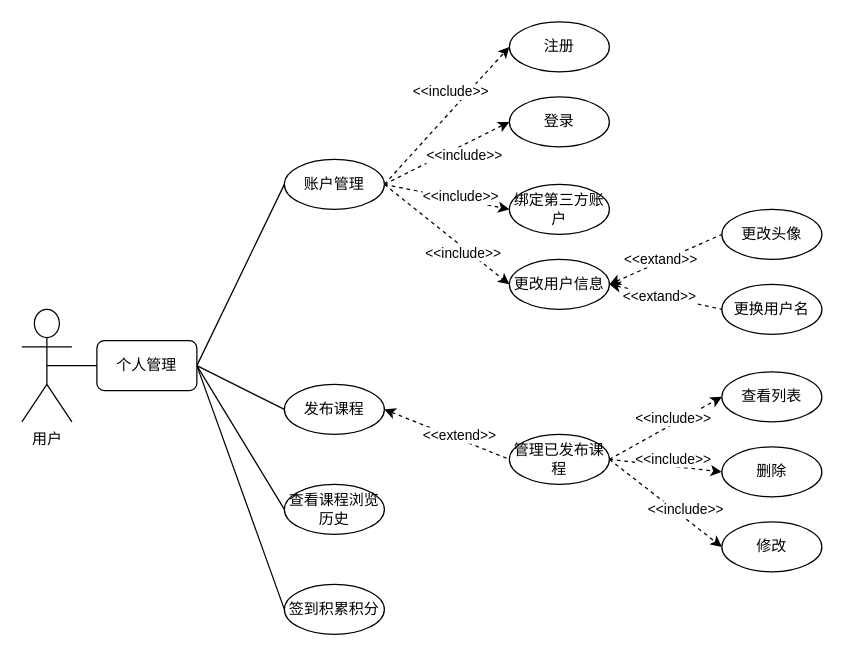
The draw.io diagram 个人模块 .drawio in ooolky/YuSchool, before the edit. Source tidied: cells renumbered, new cells numbered last; positions are measured from the earlier drawing's top-left corner, leaving out a move shared by most shapes. Both pictures are drawn from the tidied source at 125%, with x=0, y=0 at pixel (21, 21).
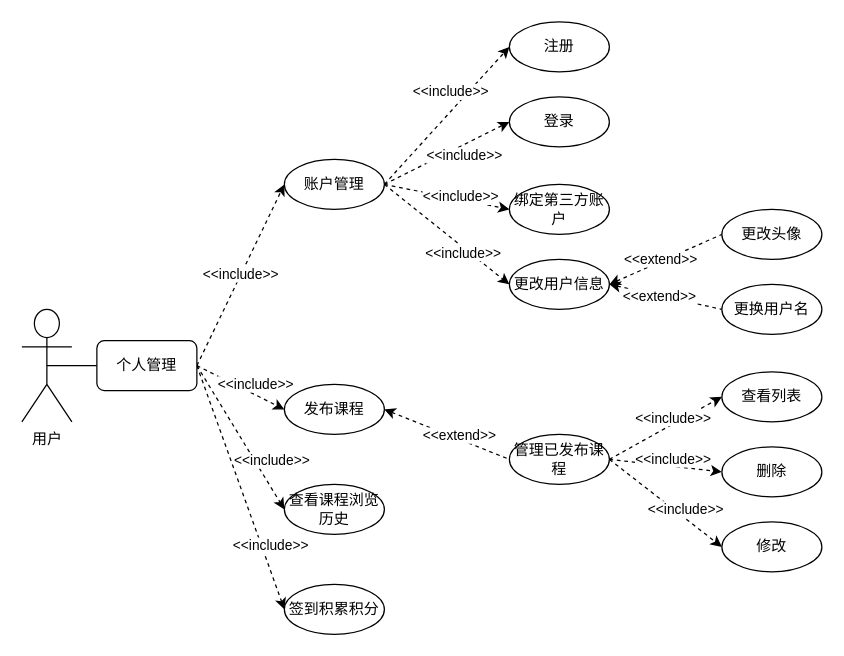
The same page after the edit.

Commit message:
更新个人模块 .drawio

Unchanged cells that the change refers to:
```xml
<mxCell id="19" style="rounded=0;orthogonalLoop=1;jettySize=auto;html=1;exitX=1;exitY=0.5;exitDx=0;exitDy=0;entryX=0;entryY=0.5;entryDx=0;entryDy=0;dashed=1;endFill=0;endArrow=none;startFill=1;startArrow=classic;" parent="1" edge="1">
  <mxGeometry relative="1" as="geometry">
    <mxPoint x="470" y="210" as="sourcePoint" />
    <mxPoint x="560" y="170" as="targetPoint" />
  </mxGeometry>
</mxCell>
<mxCell id="21" style="rounded=0;orthogonalLoop=1;jettySize=auto;html=1;exitX=1;exitY=0.5;exitDx=0;exitDy=0;entryX=0;entryY=0.5;entryDx=0;entryDy=0;dashed=1;endFill=0;endArrow=none;startFill=1;startArrow=classic;" parent="1" edge="1">
  <mxGeometry relative="1" as="geometry">
    <mxPoint x="470" y="210" as="sourcePoint" />
    <mxPoint x="560" y="230" as="targetPoint" />
  </mxGeometry>
</mxCell>
<mxCell id="29" value="个人管理" style="rounded=1;whiteSpace=wrap;html=1;" parent="1" vertex="1">
  <mxGeometry x="60" y="255" width="80" height="40" as="geometry" />
</mxCell>
```

Change to the diagram source:
```diff
@@
-    <mxCell id="2" style="rounded=0;jettySize=auto;exitX=1;exitY=0.5;exitDx=0;exitDy=0;entryX=0;entryY=0.5;entryDx=0;entryDy=0;html=1;endArrow=none;endFill=0;" parent="1" edge="1" source="29">
+    <mxCell id="2" value="&amp;lt;&amp;lt;include&amp;gt;&amp;gt;" style="rounded=0;jettySize=auto;exitX=1;exitY=0.5;exitDx=0;exitDy=0;entryX=0;entryY=0.5;entryDx=0;entryDy=0;html=1;endArrow=classic;dashed=1;" parent="1" edge="1" source="29">
       <mxGeometry relative="1" as="geometry">
         <mxPoint x="210" y="130" as="targetPoint" />
       </mxGeometry>
     </mxCell>
-    <mxCell id="3" style="rounded=0;jettySize=auto;html=1;exitX=1;exitY=0.5;exitDx=0;exitDy=0;entryX=0;entryY=0.5;entryDx=0;entryDy=0;endFill=0;endArrow=none;" parent="1" edge="1" source="29">
+    <mxCell id="3" style="rounded=0;jettySize=auto;html=1;exitX=1;exitY=0.5;exitDx=0;exitDy=0;entryX=0;entryY=0.5;entryDx=0;entryDy=0;endArrow=classic;dashed=1;" parent="1" edge="1" source="29">
       <mxGeometry relative="1" as="geometry">
         <mxPoint x="210" y="310" as="targetPoint" />
       </mxGeometry>
     </mxCell>
+    <mxCell id="44" value="&amp;lt;&amp;lt;include&amp;gt;&amp;gt;" style="edgeLabel;html=1;align=center;verticalAlign=middle;" parent="3" vertex="1">
+      <mxGeometry x="0.33" y="-1" relative="1" as="geometry">
+        <mxPoint y="-9.2" as="offset" />
+      </mxGeometry>
+    </mxCell>
-    <mxCell id="4" style="rounded=0;jettySize=auto;html=1;exitX=1;exitY=0.5;exitDx=0;exitDy=0;entryX=0;entryY=0.5;entryDx=0;entryDy=0;endFill=0;endArrow=none;" parent="1" edge="1" source="29">
-      <mxGeometry relative="1" as="geometry">
+    <mxCell id="4" value="&amp;lt;&amp;lt;include&amp;gt;&amp;gt;" style="rounded=0;jettySize=auto;html=1;exitX=1;exitY=0.5;exitDx=0;exitDy=0;entryX=0;entryY=0.5;entryDx=0;entryDy=0;endArrow=classic;dashed=1;" parent="1" edge="1" source="29">
+      <mxGeometry x="0.42" y="12" relative="1" as="geometry">
         <mxPoint x="210" y="390" as="targetPoint" />
       </mxGeometry>
     </mxCell>
-    <mxCell id="5" style="rounded=0;jettySize=auto;html=1;exitX=1;exitY=0.5;exitDx=0;exitDy=0;entryX=0;entryY=0.5;entryDx=0;entryDy=0;endFill=0;endArrow=none;" parent="1" edge="1" source="29">
-      <mxGeometry relative="1" as="geometry">
+    <mxCell id="5" value="&amp;lt;&amp;lt;include&amp;gt;&amp;gt;" style="rounded=0;jettySize=auto;html=1;exitX=1;exitY=0.5;exitDx=0;exitDy=0;entryX=0;entryY=0.5;entryDx=0;entryDy=0;endArrow=classic;dashed=1;" parent="1" edge="1" source="29">
+      <mxGeometry x="0.51" y="7" relative="1" as="geometry">
         <mxPoint x="210" y="470" as="targetPoint" />
       </mxGeometry>
     </mxCell>
@@
-    <mxCell id="20" value="&amp;lt;&amp;lt;extand&amp;gt;&amp;gt;" style="edgeLabel;html=1;align=center;verticalAlign=middle;" parent="19" vertex="1">
+    <mxCell id="20" value="&amp;lt;&amp;lt;extend&amp;gt;&amp;gt;" style="edgeLabel;html=1;align=center;verticalAlign=middle;" parent="19" vertex="1">
       <mxGeometry x="0.55" y="3" relative="1" as="geometry">
         <mxPoint x="-28.2" y="13.6" as="offset" />
       </mxGeometry>
     </mxCell>
@@
-    <mxCell id="22" value="&amp;lt;&amp;lt;extand&amp;gt;&amp;gt;" style="edgeLabel;html=1;align=center;verticalAlign=middle;" parent="21" vertex="1">
+    <mxCell id="22" value="&amp;lt;&amp;lt;extend&amp;gt;&amp;gt;" style="edgeLabel;html=1;align=center;verticalAlign=middle;" parent="21" vertex="1">
       <mxGeometry x="-0.45" y="-1" relative="1" as="geometry">
         <mxPoint x="15.8" y="3.6" as="offset" />
       </mxGeometry>
     </mxCell>
```
